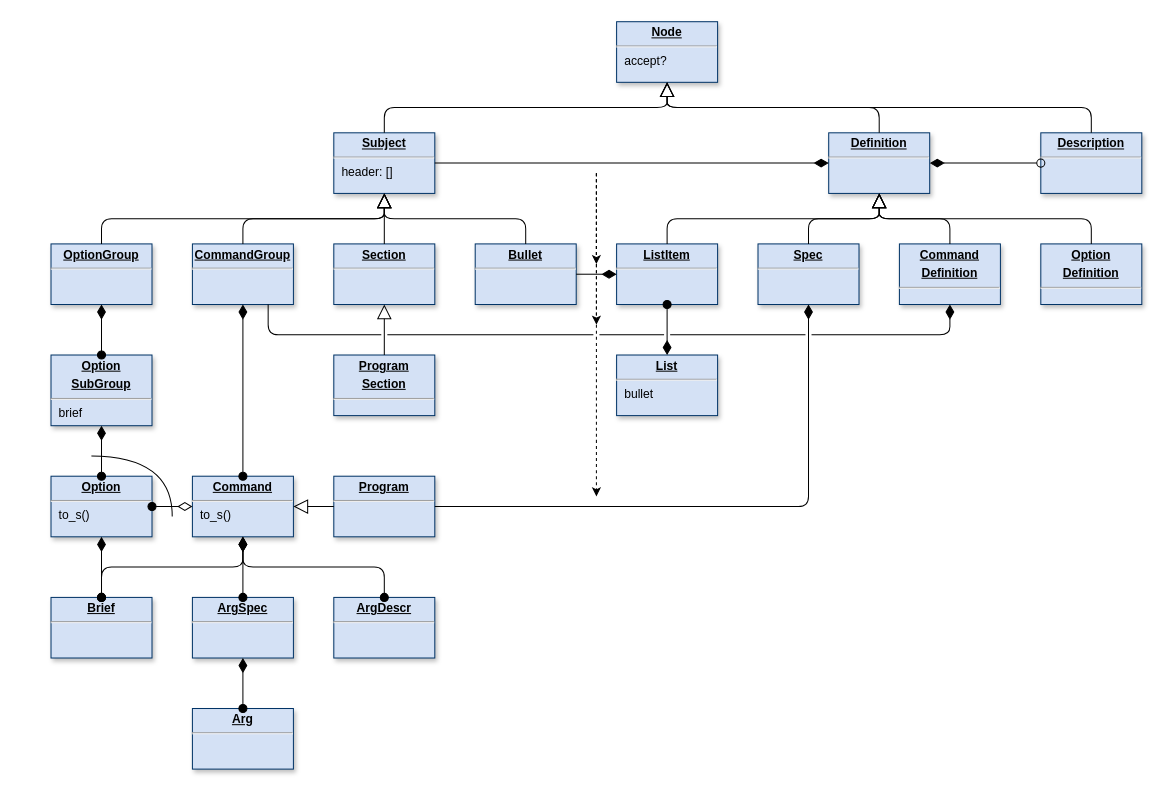
Earlier version of the draw.io diagram page "Spec" (1 of 7) of doc/diagram.drawio (clrgit/shellopts). Source tidied: cells renumbered, new cells numbered last; positions are measured from the earlier drawing's top-left corner, leaving out a move shared by most shapes. Both pictures are drawn from the tidied source at 101%, with x=0, y=0 at pixel (-40, 21).
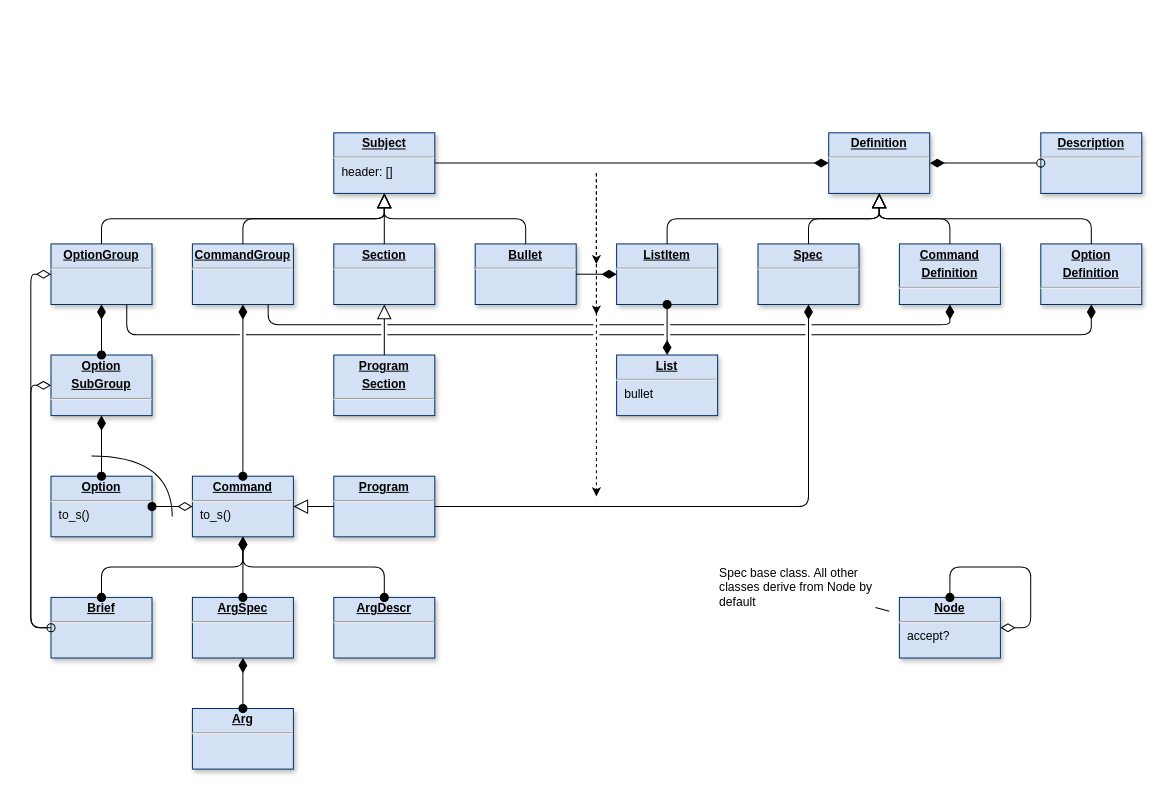
Above is the later version.

The change refers to these unchanged cells:
```xml
<mxCell id="2" value="&lt;p style=&quot;margin: 0px ; margin-top: 4px ; text-align: center ; text-decoration: underline&quot;&gt;&lt;b&gt;Definition&lt;/b&gt;&lt;/p&gt;&lt;hr&gt;&lt;p style=&quot;margin: 0px ; margin-left: 8px&quot;&gt;&lt;br&gt;&lt;/p&gt;" style="verticalAlign=top;align=left;overflow=fill;fontSize=12;fontFamily=Helvetica;html=1;shadow=1;strokeColor=#003366;fillColor=#D4E1F5;" parent="1" vertex="1">
  <mxGeometry x="860" y="110" width="100" height="60" as="geometry" />
</mxCell>
<mxCell id="3" value="&lt;p style=&quot;margin: 0px ; margin-top: 4px ; text-align: center ; text-decoration: underline&quot;&gt;&lt;b&gt;Subject&lt;/b&gt;&lt;/p&gt;&lt;hr&gt;&lt;p style=&quot;margin: 0px ; margin-left: 8px&quot;&gt;header: []&lt;/p&gt;" style="verticalAlign=top;align=left;overflow=fill;fontSize=12;fontFamily=Helvetica;html=1;shadow=1;strokeColor=#003366;fillColor=#D4E1F5;" parent="1" vertex="1">
  <mxGeometry x="370" y="110" width="100" height="60" as="geometry" />
</mxCell>
<mxCell id="4" value="&lt;p style=&quot;margin: 0px ; margin-top: 4px ; text-align: center ; text-decoration: underline&quot;&gt;&lt;b&gt;Description&lt;/b&gt;&lt;/p&gt;&lt;hr&gt;&lt;p style=&quot;margin: 0px ; margin-left: 8px&quot;&gt;&lt;br&gt;&lt;/p&gt;" style="verticalAlign=top;align=left;overflow=fill;fontSize=12;fontFamily=Helvetica;html=1;shadow=1;strokeColor=#003366;fillColor=#D4E1F5;" parent="1" vertex="1">
  <mxGeometry x="1070" y="110" width="100" height="60" as="geometry" />
</mxCell>
<mxCell id="5" value="&lt;p style=&quot;margin: 0px ; margin-top: 4px ; text-align: center ; text-decoration: underline&quot;&gt;&lt;b&gt;OptionGroup&lt;/b&gt;&lt;/p&gt;&lt;hr&gt;&lt;p style=&quot;margin: 0px ; margin-left: 8px&quot;&gt;&lt;br&gt;&lt;/p&gt;" style="verticalAlign=top;align=left;overflow=fill;fontSize=12;fontFamily=Helvetica;html=1;shadow=1;strokeColor=#003366;fillColor=#D4E1F5;" parent="1" vertex="1">
  <mxGeometry x="90" y="220" width="100" height="60" as="geometry" />
</mxCell>
<mxCell id="6" value="&lt;p style=&quot;margin: 0px ; margin-top: 4px ; text-align: center ; text-decoration: underline&quot;&gt;&lt;b&gt;CommandGroup&lt;/b&gt;&lt;/p&gt;&lt;hr&gt;&lt;p style=&quot;margin: 0px ; margin-left: 8px&quot;&gt;&lt;br&gt;&lt;/p&gt;" style="verticalAlign=top;align=left;overflow=fill;fontSize=12;fontFamily=Helvetica;html=1;shadow=1;strokeColor=#003366;fillColor=#D4E1F5;" parent="1" vertex="1">
  <mxGeometry x="230" y="220" width="100" height="60" as="geometry" />
</mxCell>
<mxCell id="11" value="&lt;p style=&quot;margin: 0px ; margin-top: 4px ; text-align: center ; text-decoration: underline&quot;&gt;&lt;b&gt;Option&lt;/b&gt;&lt;/p&gt;&lt;hr&gt;&lt;p style=&quot;margin: 0px ; margin-left: 8px&quot;&gt;to_s()&lt;/p&gt;" style="verticalAlign=top;align=left;overflow=fill;fontSize=12;fontFamily=Helvetica;html=1;shadow=1;strokeColor=#003366;fillColor=#D4E1F5;" parent="1" vertex="1">
  <mxGeometry x="90" y="450" width="100" height="60" as="geometry" />
</mxCell>
<mxCell id="14" value="&lt;p style=&quot;margin: 0px ; margin-top: 4px ; text-align: center ; text-decoration: underline&quot;&gt;&lt;b&gt;Brief&lt;/b&gt;&lt;/p&gt;&lt;hr&gt;&lt;p style=&quot;margin: 0px ; margin-left: 8px&quot;&gt;&lt;br&gt;&lt;/p&gt;" style="verticalAlign=top;align=left;overflow=fill;fontSize=12;fontFamily=Helvetica;html=1;shadow=1;strokeColor=#003366;fillColor=#D4E1F5;" parent="1" vertex="1">
  <mxGeometry x="90" y="570" width="100" height="60" as="geometry" />
</mxCell>
<mxCell id="46" value="&lt;p style=&quot;margin: 0px ; margin-top: 4px ; text-align: center ; text-decoration: underline&quot;&gt;&lt;b&gt;Command&lt;/b&gt;&lt;/p&gt;&lt;p style=&quot;margin: 0px ; margin-top: 4px ; text-align: center ; text-decoration: underline&quot;&gt;&lt;b&gt;Definition&lt;/b&gt;&lt;/p&gt;&lt;hr&gt;&lt;p style=&quot;margin: 0px ; margin-left: 8px&quot;&gt;&lt;br&gt;&lt;/p&gt;" style="verticalAlign=top;align=left;overflow=fill;fontSize=12;fontFamily=Helvetica;html=1;shadow=1;strokeColor=#003366;fillColor=#D4E1F5;" parent="1" vertex="1">
  <mxGeometry x="930" y="220" width="100" height="60" as="geometry" />
</mxCell>
<mxCell id="47" value="&lt;p style=&quot;margin: 0px ; margin-top: 4px ; text-align: center ; text-decoration: underline&quot;&gt;&lt;b&gt;Option&lt;/b&gt;&lt;/p&gt;&lt;p style=&quot;margin: 0px ; margin-top: 4px ; text-align: center ; text-decoration: underline&quot;&gt;&lt;b&gt;Definition&lt;/b&gt;&lt;/p&gt;&lt;hr&gt;&lt;p style=&quot;margin: 0px ; margin-left: 8px&quot;&gt;&lt;br&gt;&lt;/p&gt;" style="verticalAlign=top;align=left;overflow=fill;fontSize=12;fontFamily=Helvetica;html=1;shadow=1;strokeColor=#003366;fillColor=#D4E1F5;" parent="1" vertex="1">
  <mxGeometry x="1070" y="220" width="100" height="60" as="geometry" />
</mxCell>
```

The edit, as a diff of the source:
```diff
@@
-    <mxCell id="22" style="endArrow=diamondThin;endFill=1;endSize=12;html=1;edgeStyle=elbowEdgeStyle;labelBackgroundColor=#FFFFFF;startSize=8;startArrow=oval;startFill=1;elbow=vertical;" parent="1" edge="1" source="14" target="11">
-      <mxGeometry relative="1" as="geometry" />
+    <mxCell id="22" style="endArrow=diamondThin;endFill=0;endSize=12;html=1;edgeStyle=elbowEdgeStyle;labelBackgroundColor=#FFFFFF;startSize=8;startArrow=oval;startFill=0;elbow=vertical;" parent="1" edge="1" source="14" target="28">
+      <mxGeometry relative="1" as="geometry">
+        <Array as="points">
+          <mxPoint x="70" y="500" />
+        </Array>
+      </mxGeometry>
     </mxCell>
@@
-    <mxCell id="28" value="&lt;p style=&quot;margin: 0px ; margin-top: 4px ; text-align: center ; text-decoration: underline&quot;&gt;&lt;b&gt;Option&lt;/b&gt;&lt;/p&gt;&lt;p style=&quot;margin: 0px ; margin-top: 4px ; text-align: center ; text-decoration: underline&quot;&gt;&lt;b&gt;SubGroup&lt;/b&gt;&lt;/p&gt;&lt;hr&gt;&lt;p style=&quot;margin: 0px ; margin-left: 8px&quot;&gt;brief&lt;/p&gt;" style="verticalAlign=top;align=left;overflow=fill;fontSize=12;fontFamily=Helvetica;html=1;shadow=1;strokeColor=#003366;fillColor=#D4E1F5;" parent="1" vertex="1">
-      <mxGeometry x="90" y="330" width="100" height="70" as="geometry" />
+    <mxCell id="28" value="&lt;p style=&quot;margin: 0px ; margin-top: 4px ; text-align: center ; text-decoration: underline&quot;&gt;&lt;b&gt;Option&lt;/b&gt;&lt;/p&gt;&lt;p style=&quot;margin: 0px ; margin-top: 4px ; text-align: center ; text-decoration: underline&quot;&gt;&lt;b&gt;SubGroup&lt;/b&gt;&lt;/p&gt;&lt;hr&gt;&lt;p style=&quot;margin: 0px ; margin-left: 8px&quot;&gt;&lt;br&gt;&lt;/p&gt;" style="verticalAlign=top;align=left;overflow=fill;fontSize=12;fontFamily=Helvetica;html=1;shadow=1;strokeColor=#003366;fillColor=#D4E1F5;" parent="1" vertex="1">
+      <mxGeometry x="90" y="330" width="100" height="60" as="geometry" />
     </mxCell>
@@
     <mxCell id="42" style="endArrow=none;html=1;edgeStyle=orthogonalEdgeStyle;curved=1;" parent="1" edge="1">
       <mxGeometry relative="1" as="geometry">
         <mxPoint x="130" y="430" as="sourcePoint" />
         <mxPoint x="210" y="490" as="targetPoint" />
+        <Array as="points">
+          <mxPoint x="210" y="430" />
+        </Array>
       </mxGeometry>
     </mxCell>
@@
     <mxCell id="49" style="endArrow=diamondThin;endFill=1;endSize=12;html=1;edgeStyle=elbowEdgeStyle;labelBackgroundColor=#FFFFFF;startSize=8;startArrow=none;startFill=0;elbow=vertical;exitX=0.75;exitY=1;exitDx=0;exitDy=0;jumpStyle=gap;" parent="1" edge="1" source="6" target="46">
       <mxGeometry relative="1" as="geometry">
         <Array as="points">
+          <mxPoint x="800" y="300" />
           <mxPoint x="900" y="310" />
           <mxPoint x="830" y="320" />
           <mxPoint x="490" y="330" />
         </Array>
       </mxGeometry>
     </mxCell>
     <mxCell id="50" style="endArrow=classic;html=1;dashed=1;" parent="1" edge="1">
       <mxGeometry relative="1" as="geometry">
         <mxPoint x="630" y="150" as="sourcePoint" />
-        <mxPoint x="630" y="300" as="targetPoint" />
+        <mxPoint x="630" y="290" as="targetPoint" />
       </mxGeometry>
     </mxCell>
@@
     <mxCell id="52" value="&lt;p style=&quot;margin: 0px ; margin-top: 4px ; text-align: center ; text-decoration: underline&quot;&gt;&lt;b&gt;Node&lt;/b&gt;&lt;/p&gt;&lt;hr&gt;&lt;p style=&quot;margin: 0px ; margin-left: 8px&quot;&gt;accept?&lt;/p&gt;" style="verticalAlign=top;align=left;overflow=fill;fontSize=12;fontFamily=Helvetica;html=1;shadow=1;strokeColor=#003366;fillColor=#D4E1F5;" parent="1" vertex="1">
-      <mxGeometry x="650" width="100" height="60" as="geometry" />
+      <mxGeometry x="930" y="570" width="100" height="60" as="geometry" />
     </mxCell>
-    <mxCell id="53" style="endArrow=block;endFill=0;endSize=12;html=1;labelBackgroundColor=#FFFFFF;elbow=vertical;edgeStyle=elbowEdgeStyle;" parent="1" edge="1" source="3" target="52">
-      <mxGeometry relative="1" as="geometry" />
-    </mxCell>
-    <mxCell id="54" style="endArrow=block;endFill=0;endSize=12;html=1;labelBackgroundColor=#FFFFFF;elbow=vertical;edgeStyle=elbowEdgeStyle;" parent="1" edge="1" source="2" target="52">
-      <mxGeometry relative="1" as="geometry" />
-    </mxCell>
-    <mxCell id="55" style="endArrow=block;endFill=0;endSize=12;html=1;labelBackgroundColor=#FFFFFF;elbow=vertical;edgeStyle=elbowEdgeStyle;" parent="1" edge="1" source="4" target="52">
-      <mxGeometry relative="1" as="geometry" />
-    </mxCell>
+    <mxCell id="56" style="endArrow=none;html=1;sourcePerimeterSpacing=10;startSize=0;targetPerimeterSpacing=10;" parent="1" edge="1" source="52" target="57">
+      <mxGeometry relative="1" as="geometry" />
+    </mxCell>
+    <mxCell id="57" value="Spec base class. All other classes derive from Node by default" style="text;html=1;strokeColor=none;fillColor=none;align=left;verticalAlign=middle;whiteSpace=wrap;rounded=0;labelPosition=center;verticalLabelPosition=middle;" parent="1" vertex="1">
+      <mxGeometry x="750" y="550" width="165" height="20" as="geometry" />
+    </mxCell>
+    <mxCell id="58" style="endArrow=diamondThin;endFill=1;endSize=12;html=1;edgeStyle=elbowEdgeStyle;labelBackgroundColor=#FFFFFF;startSize=8;startArrow=none;startFill=0;elbow=vertical;exitX=0.75;exitY=1;exitDx=0;exitDy=0;jumpStyle=gap;" parent="1" edge="1" source="5" target="47">
+      <mxGeometry relative="1" as="geometry">
+        <Array as="points">
+          <mxPoint x="910" y="310" />
+        </Array>
+      </mxGeometry>
+    </mxCell>
+    <mxCell id="59" style="endArrow=diamondThin;endFill=0;endSize=12;html=1;edgeStyle=orthogonalEdgeStyle;labelBackgroundColor=#FFFFFF;startSize=8;startArrow=oval;startFill=1;elbow=vertical;exitX=0.5;exitY=0;exitDx=0;exitDy=0;" parent="1" edge="1" source="52" target="52">
+      <mxGeometry relative="1" as="geometry">
+        <Array as="points">
+          <mxPoint x="980" y="540" />
+          <mxPoint x="1060" y="540" />
+          <mxPoint x="1060" y="600" />
+        </Array>
+      </mxGeometry>
+    </mxCell>
+    <mxCell id="60" style="endArrow=diamondThin;endFill=0;endSize=12;html=1;edgeStyle=elbowEdgeStyle;labelBackgroundColor=#FFFFFF;startSize=8;startArrow=none;startFill=0;elbow=vertical;" parent="1" edge="1" source="14" target="5">
+      <mxGeometry relative="1" as="geometry">
+        <Array as="points">
+          <mxPoint x="70" y="380" />
+        </Array>
+      </mxGeometry>
+    </mxCell>
```
